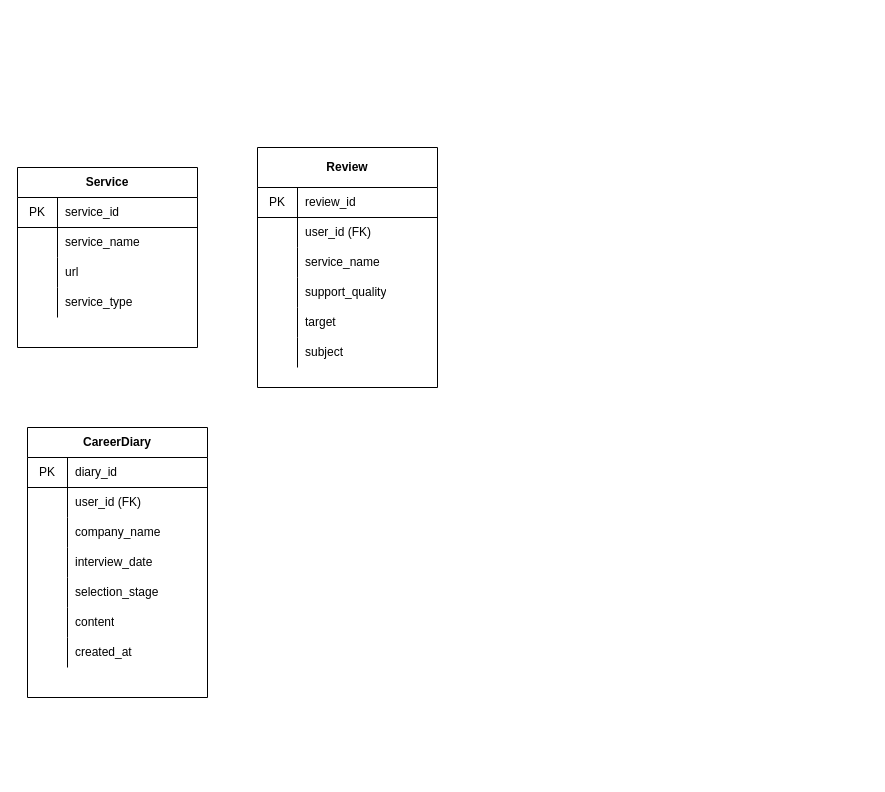
The draw.io diagram venv_private_diary/private_diary/設計図/ER.drawio in kotaro-777/CARICOMI, before the edit. Source tidied: cells renumbered, new cells numbered last; positions are measured from the earlier drawing's top-left corner, leaving out a move shared by most shapes. Both pictures are drawn from the tidied source at 100%, with x=0, y=0 at pixel (17, 147).
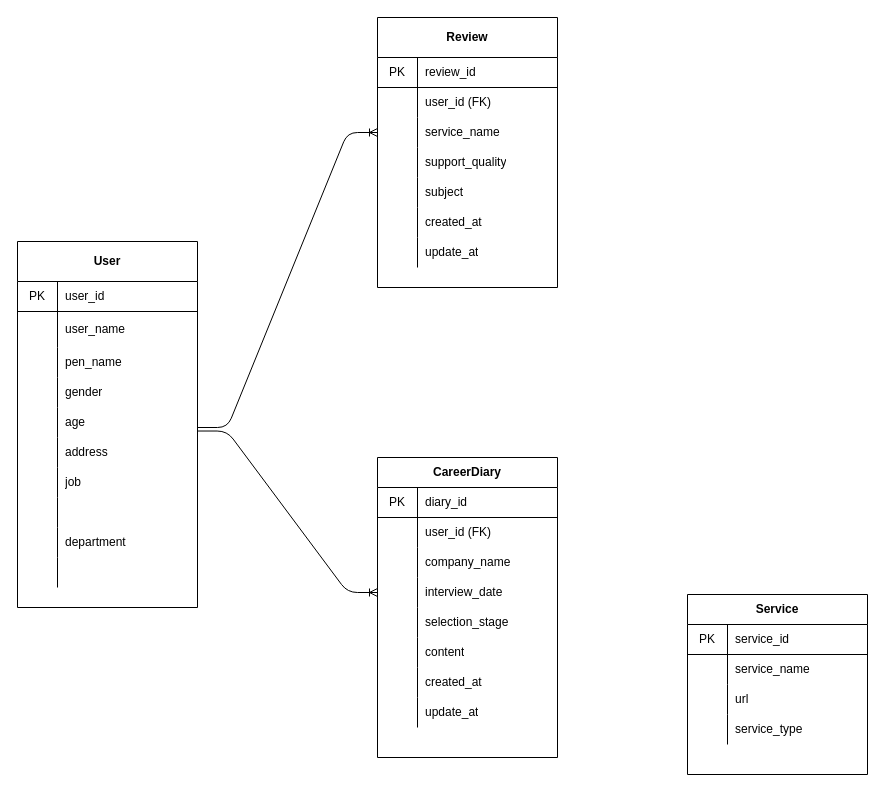
After the change.

The change refers to these unchanged cells:
```xml
<mxCell id="22" style="shape=partialRectangle;html=1;whiteSpace=wrap;fillColor=none;top=0;left=0;bottom=0;right=0;points=[[0,0.5],[1,0.5]];portConstraint=eastwest;" parent="15" vertex="1">
  <mxGeometry y="100" width="180" height="30" as="geometry" />
</mxCell>
<mxCell id="28" style="shape=partialRectangle;html=1;whiteSpace=wrap;fillColor=none;top=0;left=0;bottom=0;right=0;" parent="15" vertex="1">
  <mxGeometry y="160" width="180" height="30" as="geometry" />
</mxCell>
<mxCell id="31" style="shape=partialRectangle;html=1;whiteSpace=wrap;fillColor=none;top=0;left=0;bottom=0;right=0;" parent="15" vertex="1">
  <mxGeometry y="190" width="180" height="30" as="geometry" />
</mxCell>
<mxCell id="44" style="shape=partialRectangle;html=1;whiteSpace=wrap;fillColor=none;top=0;left=0;bottom=0;right=0;points=[[0,0.5],[1,0.5]];portConstraint=eastwest;" parent="34" vertex="1">
  <mxGeometry y="120" width="180" height="30" as="geometry" />
</mxCell>
```

The edit, as a diff of the source:
```diff
@@
     <mxCell id="2" value="Service" style="shape=table;html=1;whiteSpace=wrap;startSize=30;childLayout=tableLayout;rowLines=0;fontStyle=1;align=center;" parent="1" vertex="1">
-      <mxGeometry y="20" width="180" height="180" as="geometry" />
+      <mxGeometry x="670" y="447" width="180" height="180" as="geometry" />
     </mxCell>
@@
     <mxCell id="15" value="Review" style="shape=table;html=1;whiteSpace=wrap;startSize=40;childLayout=tableLayout;rowLines=0;fontStyle=1;align=center;" parent="1" vertex="1">
-      <mxGeometry x="240" width="180" height="240" as="geometry" />
+      <mxGeometry x="360" y="-130" width="180" height="270" as="geometry" />
     </mxCell>
@@
-    <mxCell id="30" value="target" style="shape=partialRectangle;html=1;whiteSpace=wrap;fillColor=none;top=0;left=0;bottom=0;right=0;align=left;spacingLeft=6;overflow=hidden;" parent="28" vertex="1">
+    <mxCell id="30" value="subject" style="shape=partialRectangle;html=1;whiteSpace=wrap;fillColor=none;top=0;left=0;bottom=0;right=0;align=left;spacingLeft=6;overflow=hidden;" parent="28" vertex="1">
       <mxGeometry x="40" width="140" height="30" as="geometry" />
     </mxCell>
@@
-    <mxCell id="33" value="subject" style="shape=partialRectangle;html=1;whiteSpace=wrap;fillColor=none;top=0;left=0;bottom=0;right=0;align=left;spacingLeft=6;overflow=hidden;" parent="31" vertex="1">
+    <mxCell id="33" value="created_at" style="shape=partialRectangle;html=1;whiteSpace=wrap;fillColor=none;top=0;left=0;bottom=0;right=0;align=left;spacingLeft=6;overflow=hidden;" parent="31" vertex="1">
       <mxGeometry x="40" width="140" height="30" as="geometry" />
     </mxCell>
+    <mxCell id="56" style="shape=partialRectangle;html=1;whiteSpace=wrap;fillColor=none;top=0;left=0;bottom=0;right=0;" parent="15" vertex="1">
+      <mxGeometry y="220" width="180" height="30" as="geometry" />
+    </mxCell>
+    <mxCell id="57" style="shape=partialRectangle;html=1;whiteSpace=wrap;fillColor=none;top=0;left=0;bottom=0;right=0;overflow=hidden;" parent="56" vertex="1">
+      <mxGeometry width="40" height="30" as="geometry" />
+    </mxCell>
+    <mxCell id="58" value="update_at" style="shape=partialRectangle;html=1;whiteSpace=wrap;fillColor=none;top=0;left=0;bottom=0;right=0;align=left;spacingLeft=6;overflow=hidden;" parent="56" vertex="1">
+      <mxGeometry x="40" width="140" height="30" as="geometry" />
+    </mxCell>
     <mxCell id="34" value="CareerDiary" style="shape=table;html=1;whiteSpace=wrap;startSize=30;childLayout=tableLayout;rowLines=0;fontStyle=1;align=center;" parent="1" vertex="1">
-      <mxGeometry x="10" y="280" width="180" height="270" as="geometry" />
+      <mxGeometry x="360" y="310" width="180" height="300" as="geometry" />
     </mxCell>
@@
+    <mxCell id="59" style="shape=partialRectangle;html=1;whiteSpace=wrap;fillColor=none;top=0;left=0;bottom=0;right=0;" parent="34" vertex="1">
+      <mxGeometry y="240" width="180" height="30" as="geometry" />
+    </mxCell>
+    <mxCell id="60" style="shape=partialRectangle;html=1;whiteSpace=wrap;fillColor=none;top=0;left=0;bottom=0;right=0;overflow=hidden;" parent="59" vertex="1">
+      <mxGeometry width="40" height="30" as="geometry" />
+    </mxCell>
+    <mxCell id="61" value="update_at" style="shape=partialRectangle;html=1;whiteSpace=wrap;fillColor=none;top=0;left=0;bottom=0;right=0;align=left;spacingLeft=6;overflow=hidden;" parent="59" vertex="1">
+      <mxGeometry x="40" width="140" height="30" as="geometry" />
+    </mxCell>
+    <mxCell id="62" value="User" style="shape=table;html=1;whiteSpace=wrap;startSize=40;childLayout=tableLayout;rowLines=0;fontStyle=1;align=center;" parent="1" vertex="1">
+      <mxGeometry y="94" width="180" height="366" as="geometry" />
+    </mxCell>
+    <mxCell id="63" style="shape=partialRectangle;html=1;whiteSpace=wrap;fillColor=none;top=0;left=0;bottom=1;right=0;" parent="62" vertex="1">
+      <mxGeometry y="40" width="180" height="30" as="geometry" />
+    </mxCell>
+    <mxCell id="64" value="PK" style="shape=partialRectangle;html=1;whiteSpace=wrap;fillColor=none;top=0;left=0;bottom=0;right=0;overflow=hidden;" parent="63" vertex="1">
+      <mxGeometry width="40" height="30" as="geometry" />
+    </mxCell>
+    <mxCell id="65" value="user_id" style="shape=partialRectangle;html=1;whiteSpace=wrap;fillColor=none;top=0;left=0;bottom=0;right=0;align=left;spacingLeft=6;overflow=hidden;" parent="63" vertex="1">
+      <mxGeometry x="40" width="140" height="30" as="geometry" />
+    </mxCell>
+    <mxCell id="66" style="shape=partialRectangle;html=1;whiteSpace=wrap;fillColor=none;top=0;left=0;bottom=0;right=0;" parent="62" vertex="1">
+      <mxGeometry y="70" width="180" height="36" as="geometry" />
+    </mxCell>
+    <mxCell id="67" style="shape=partialRectangle;html=1;whiteSpace=wrap;fillColor=none;top=0;left=0;bottom=0;right=0;overflow=hidden;" parent="66" vertex="1">
+      <mxGeometry width="40" height="36" as="geometry" />
+    </mxCell>
+    <mxCell id="68" value="user_name" style="shape=partialRectangle;html=1;whiteSpace=wrap;fillColor=none;top=0;left=0;bottom=0;right=0;align=left;spacingLeft=6;overflow=hidden;" parent="66" vertex="1">
+      <mxGeometry x="40" width="140" height="36" as="geometry" />
+    </mxCell>
+    <mxCell id="69" style="shape=partialRectangle;html=1;whiteSpace=wrap;fillColor=none;top=0;left=0;bottom=0;right=0;" parent="62" vertex="1">
+      <mxGeometry y="106" width="180" height="30" as="geometry" />
+    </mxCell>
+    <mxCell id="70" style="shape=partialRectangle;html=1;whiteSpace=wrap;fillColor=none;top=0;left=0;bottom=0;right=0;overflow=hidden;" parent="69" vertex="1">
+      <mxGeometry width="40" height="30" as="geometry" />
+    </mxCell>
+    <mxCell id="71" value="pen_name" style="shape=partialRectangle;html=1;whiteSpace=wrap;fillColor=none;top=0;left=0;bottom=0;right=0;align=left;spacingLeft=6;overflow=hidden;" parent="69" vertex="1">
+      <mxGeometry x="40" width="140" height="30" as="geometry" />
+    </mxCell>
+    <mxCell id="72" style="shape=partialRectangle;html=1;whiteSpace=wrap;fillColor=none;top=0;left=0;bottom=0;right=0;" parent="62" vertex="1">
+      <mxGeometry y="136" width="180" height="30" as="geometry" />
+    </mxCell>
+    <mxCell id="73" style="shape=partialRectangle;html=1;whiteSpace=wrap;fillColor=none;top=0;left=0;bottom=0;right=0;overflow=hidden;" parent="72" vertex="1">
+      <mxGeometry width="40" height="30" as="geometry" />
+    </mxCell>
+    <mxCell id="74" value="gender" style="shape=partialRectangle;html=1;whiteSpace=wrap;fillColor=none;top=0;left=0;bottom=0;right=0;align=left;spacingLeft=6;overflow=hidden;" parent="72" vertex="1">
+      <mxGeometry x="40" width="140" height="30" as="geometry" />
+    </mxCell>
+    <mxCell id="75" style="shape=partialRectangle;html=1;whiteSpace=wrap;fillColor=none;top=0;left=0;bottom=0;right=0;points=[[0,0.5],[1,0.5]];portConstraint=eastwest;" parent="62" vertex="1">
+      <mxGeometry y="166" width="180" height="30" as="geometry" />
+    </mxCell>
+    <mxCell id="76" style="shape=partialRectangle;html=1;whiteSpace=wrap;fillColor=none;top=0;left=0;bottom=0;right=0;overflow=hidden;" parent="75" vertex="1">
+      <mxGeometry width="40" height="30" as="geometry" />
+    </mxCell>
+    <mxCell id="77" value="age" style="shape=partialRectangle;html=1;whiteSpace=wrap;fillColor=none;top=0;left=0;bottom=0;right=0;align=left;spacingLeft=6;overflow=hidden;" parent="75" vertex="1">
+      <mxGeometry x="40" width="140" height="30" as="geometry" />
+    </mxCell>
+    <mxCell id="78" style="shape=partialRectangle;html=1;whiteSpace=wrap;fillColor=none;top=0;left=0;bottom=0;right=0;" parent="62" vertex="1">
+      <mxGeometry y="196" width="180" height="30" as="geometry" />
+    </mxCell>
+    <mxCell id="79" style="shape=partialRectangle;html=1;whiteSpace=wrap;fillColor=none;top=0;left=0;bottom=0;right=0;overflow=hidden;" parent="78" vertex="1">
+      <mxGeometry width="40" height="30" as="geometry" />
+    </mxCell>
+    <mxCell id="80" value="address" style="shape=partialRectangle;html=1;whiteSpace=wrap;fillColor=none;top=0;left=0;bottom=0;right=0;align=left;spacingLeft=6;overflow=hidden;" parent="78" vertex="1">
+      <mxGeometry x="40" width="140" height="30" as="geometry" />
+    </mxCell>
+    <mxCell id="81" style="shape=partialRectangle;html=1;whiteSpace=wrap;fillColor=none;top=0;left=0;bottom=0;right=0;" parent="62" vertex="1">
+      <mxGeometry y="226" width="180" height="30" as="geometry" />
+    </mxCell>
+    <mxCell id="82" style="shape=partialRectangle;html=1;whiteSpace=wrap;fillColor=none;top=0;left=0;bottom=0;right=0;overflow=hidden;" parent="81" vertex="1">
+      <mxGeometry width="40" height="30" as="geometry" />
+    </mxCell>
+    <mxCell id="83" value="job" style="shape=partialRectangle;html=1;whiteSpace=wrap;fillColor=none;top=0;left=0;bottom=0;right=0;align=left;spacingLeft=6;overflow=hidden;" parent="81" vertex="1">
+      <mxGeometry x="40" width="140" height="30" as="geometry" />
+    </mxCell>
+    <mxCell id="84" style="shape=partialRectangle;html=1;whiteSpace=wrap;fillColor=none;top=0;left=0;bottom=0;right=0;" parent="62" vertex="1">
+      <mxGeometry y="256" width="180" height="30" as="geometry" />
+    </mxCell>
+    <mxCell id="85" style="shape=partialRectangle;html=1;whiteSpace=wrap;fillColor=none;top=0;left=0;bottom=0;right=0;overflow=hidden;" parent="84" vertex="1">
+      <mxGeometry width="40" height="30" as="geometry" />
+    </mxCell>
+    <mxCell id="86" style="shape=partialRectangle;html=1;whiteSpace=wrap;fillColor=none;top=0;left=0;bottom=0;right=0;align=left;spacingLeft=6;overflow=hidden;" parent="84" vertex="1">
+      <mxGeometry x="40" width="140" height="30" as="geometry" />
+    </mxCell>
+    <mxCell id="87" style="shape=partialRectangle;html=1;whiteSpace=wrap;fillColor=none;top=0;left=0;bottom=0;right=0;" parent="62" vertex="1">
+      <mxGeometry y="286" width="180" height="30" as="geometry" />
+    </mxCell>
+    <mxCell id="88" style="shape=partialRectangle;html=1;whiteSpace=wrap;fillColor=none;top=0;left=0;bottom=0;right=0;overflow=hidden;" parent="87" vertex="1">
+      <mxGeometry width="40" height="30" as="geometry" />
+    </mxCell>
+    <mxCell id="89" value="department" style="shape=partialRectangle;html=1;whiteSpace=wrap;fillColor=none;top=0;left=0;bottom=0;right=0;align=left;spacingLeft=6;overflow=hidden;" parent="87" vertex="1">
+      <mxGeometry x="40" width="140" height="30" as="geometry" />
+    </mxCell>
+    <mxCell id="90" style="shape=partialRectangle;html=1;whiteSpace=wrap;fillColor=none;top=0;left=0;bottom=0;right=0;" parent="62" vertex="1">
+      <mxGeometry y="316" width="180" height="30" as="geometry" />
+    </mxCell>
+    <mxCell id="91" style="shape=partialRectangle;html=1;whiteSpace=wrap;fillColor=none;top=0;left=0;bottom=0;right=0;overflow=hidden;" parent="90" vertex="1">
+      <mxGeometry width="40" height="30" as="geometry" />
+    </mxCell>
+    <mxCell id="92" style="shape=partialRectangle;html=1;whiteSpace=wrap;fillColor=none;top=0;left=0;bottom=0;right=0;align=left;spacingLeft=6;overflow=hidden;" parent="90" vertex="1">
+      <mxGeometry x="40" width="140" height="30" as="geometry" />
+    </mxCell>
+    <mxCell id="93" style="edgeStyle=entityRelationEdgeStyle;fontSize=12;html=1;endArrow=ERoneToMany;exitX=0.998;exitY=0.784;exitDx=0;exitDy=0;exitPerimeter=0;entryX=0;entryY=0.5;entryDx=0;entryDy=0;" parent="1" edge="1" source="75" target="44">
+      <mxGeometry relative="1" as="geometry" />
+    </mxCell>
+    <mxCell id="94" style="edgeStyle=entityRelationEdgeStyle;fontSize=12;html=1;endArrow=ERoneToMany;entryX=0;entryY=0.5;entryDx=0;entryDy=0;" parent="1" edge="1" target="22">
+      <mxGeometry relative="1" as="geometry">
+        <mxPoint x="180" y="280" as="sourcePoint" />
+      </mxGeometry>
+    </mxCell>
```
